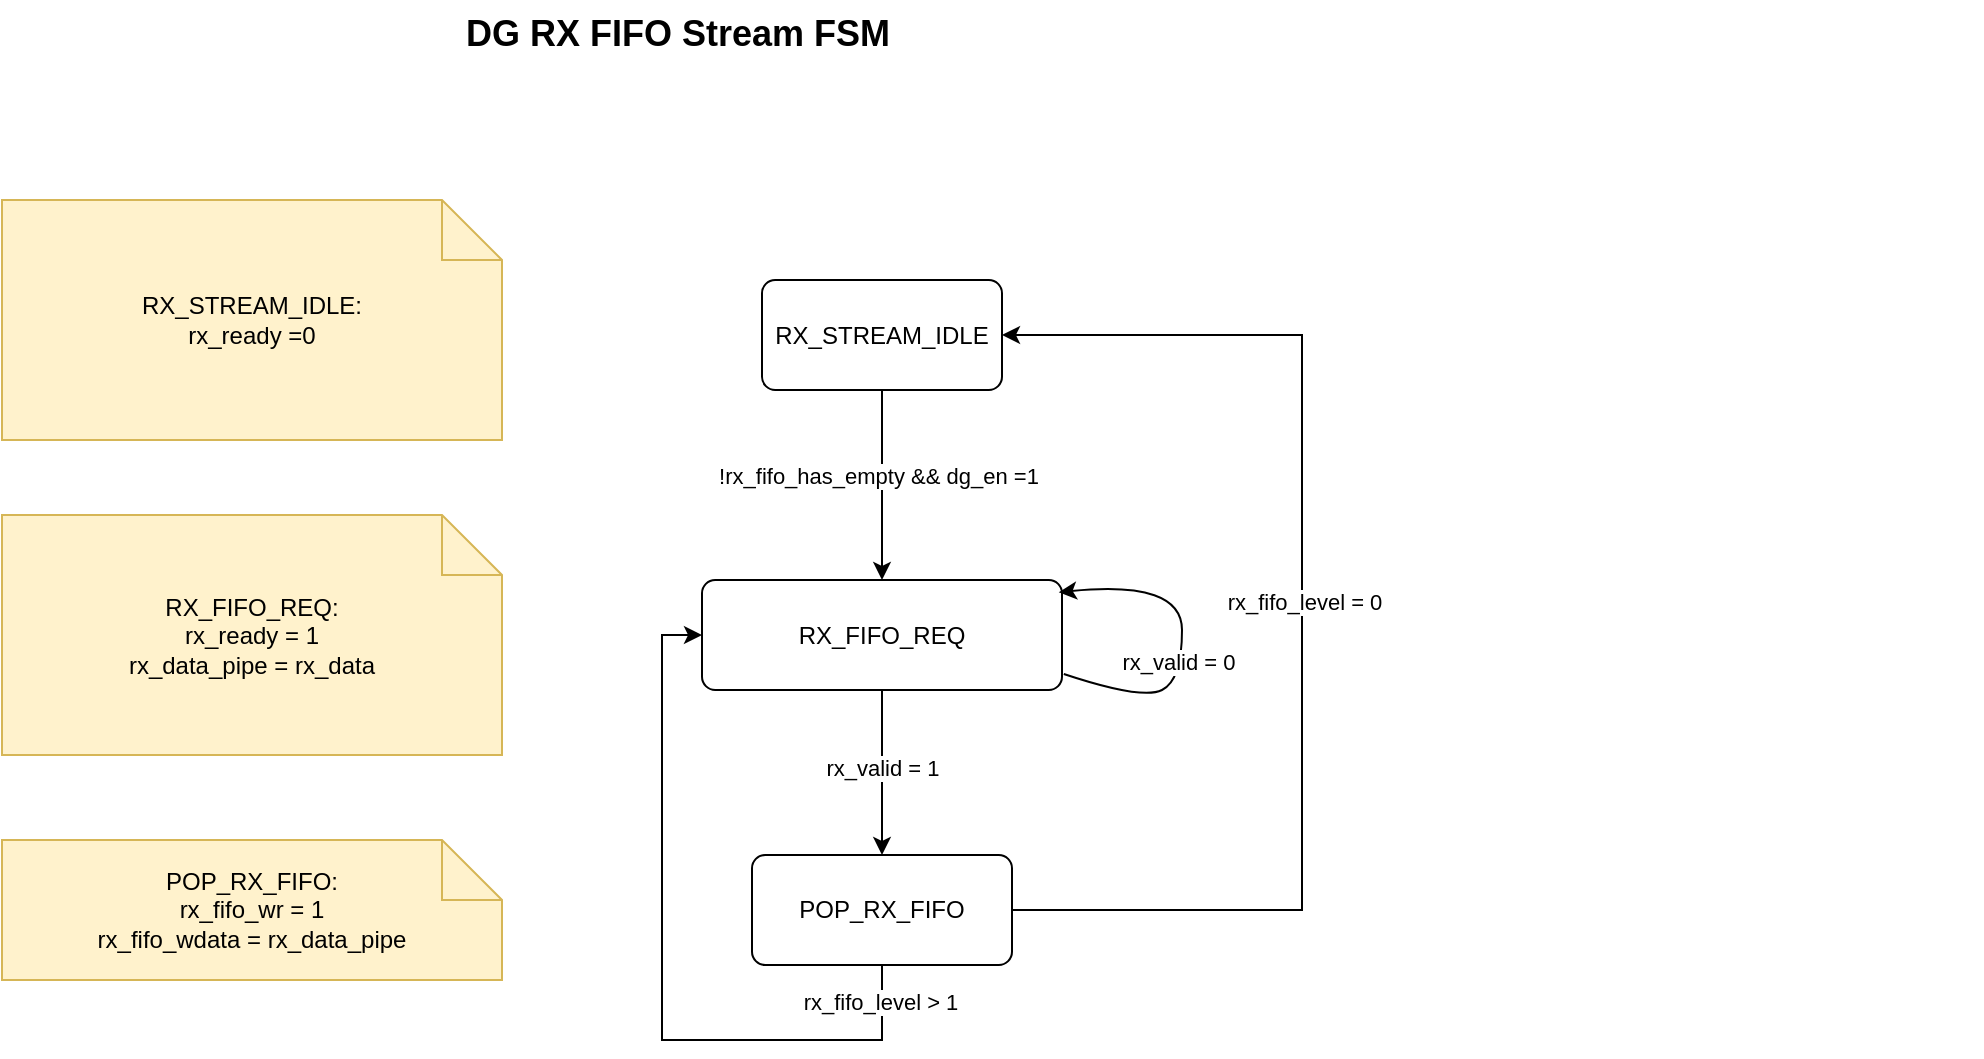
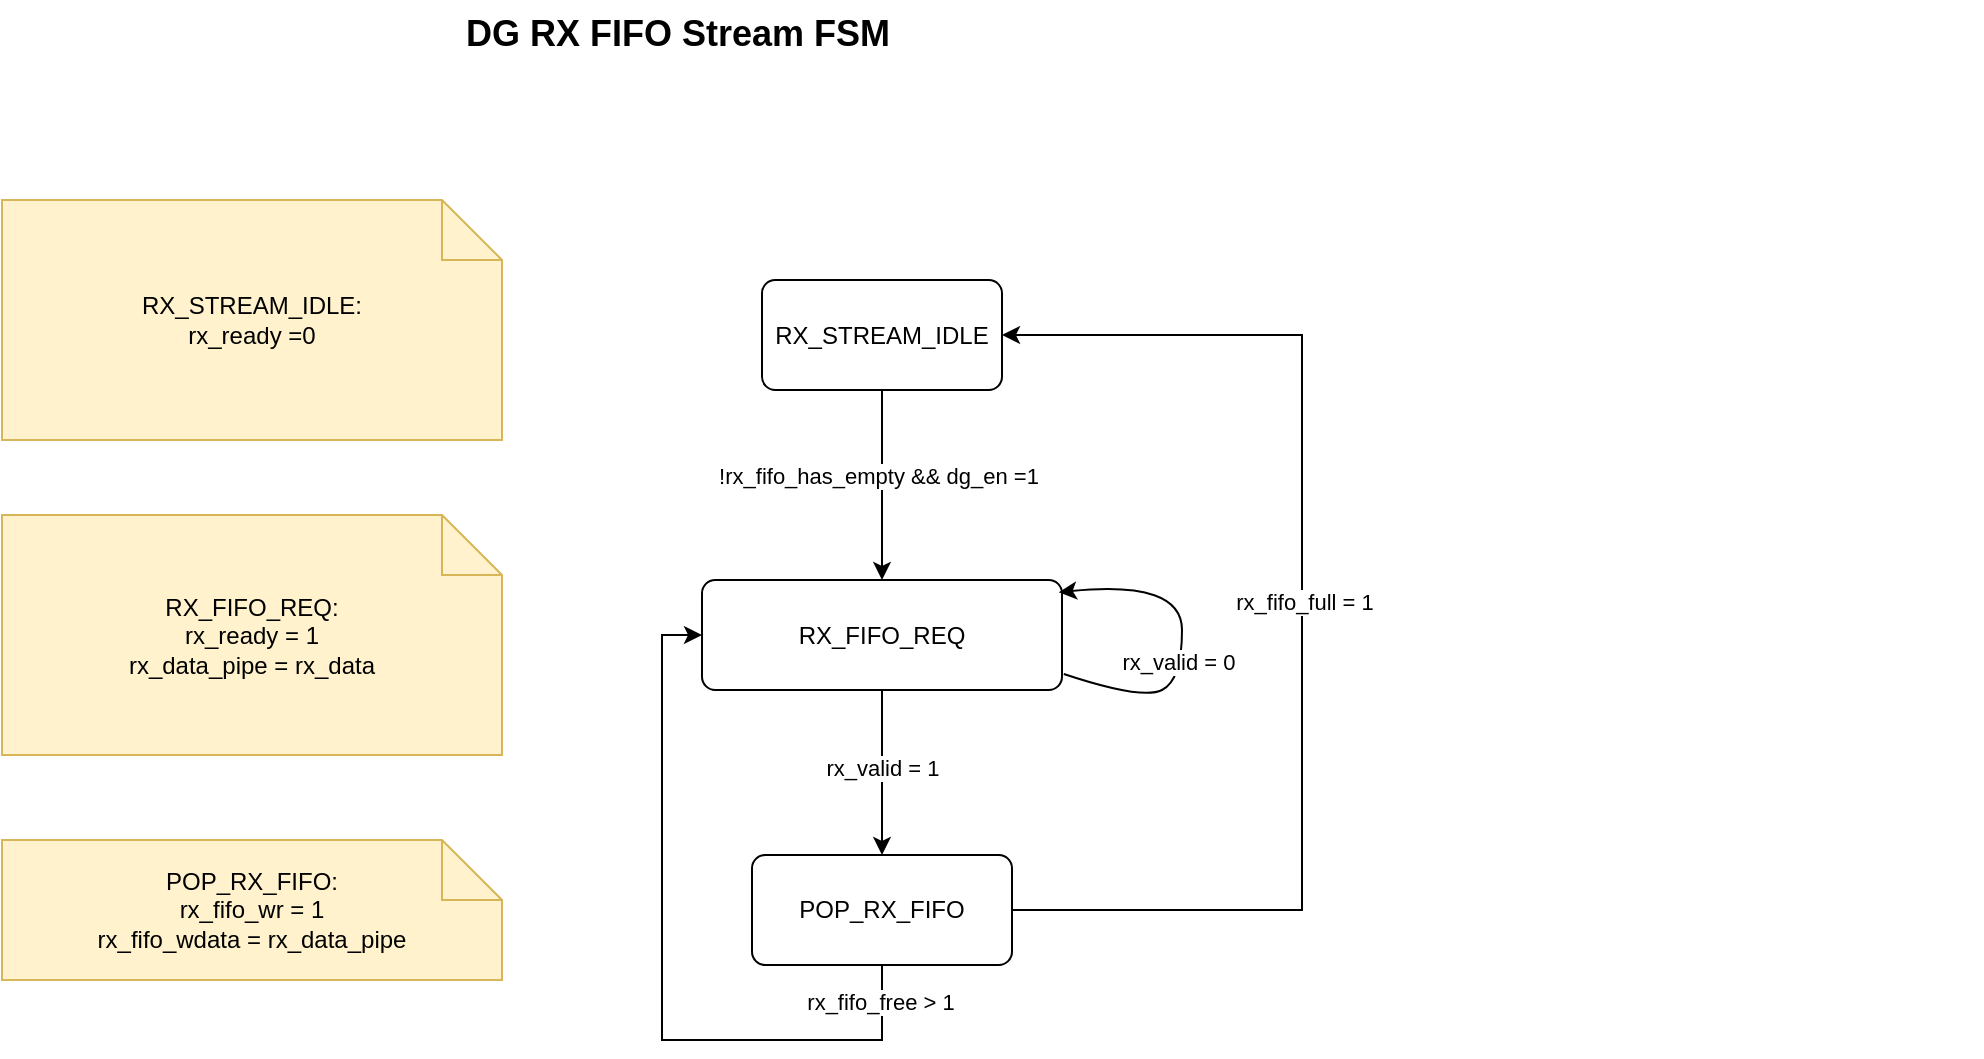
<mxfile host="app.diagrams.net">
  <diagram name="第 1 页" id="1fRNLwPgRf_CtldP1hrz">
    <mxGraphModel dx="-981" dy="380" grid="1" gridSize="10" guides="1" tooltips="1" connect="1" arrows="1" fold="1" page="1" pageScale="1" pageWidth="827" pageHeight="1169" math="0" shadow="0">
      <root>
        <mxCell id="0" />
        <mxCell id="1" parent="0" />
        <mxCell id="M1j7goV4bkzS5Lg1R7Bt-28" parent="1" style="text;html=1;strokeColor=none;fillColor=none;fontSize=18;fontStyle=1;" value="DG RX FIFO Stream FSM&amp;nbsp;&amp;nbsp;" vertex="1">
          <mxGeometry height="40" width="760" x="2040" y="130" as="geometry" />
        </mxCell>
        <mxCell id="M1j7goV4bkzS5Lg1R7Bt-29" parent="1" style="rounded=1;whiteSpace=wrap;html=1;arcSize=12;fillColor=#ffffff;strokeColor=#000000;" value="RX_STREAM_IDLE" vertex="1">
          <mxGeometry height="55" width="120" x="2190" y="270" as="geometry" />
        </mxCell>
        <mxCell id="M1j7goV4bkzS5Lg1R7Bt-30" parent="1" style="rounded=1;whiteSpace=wrap;html=1;arcSize=12;fillColor=#ffffff;strokeColor=#000000;" value="RX_FIFO_REQ" vertex="1">
          <mxGeometry height="55" width="180" x="2160" y="420" as="geometry" />
        </mxCell>
        <mxCell id="M1j7goV4bkzS5Lg1R7Bt-31" edge="1" parent="1" source="M1j7goV4bkzS5Lg1R7Bt-29" style="endArrow=classic;html=1;rounded=0;exitX=0.5;exitY=1;exitDx=0;exitDy=0;entryX=0.5;entryY=0;entryDx=0;entryDy=0;" target="M1j7goV4bkzS5Lg1R7Bt-30" value="">
          <mxGeometry height="50" relative="1" width="50" as="geometry">
            <mxPoint x="2270" y="390" as="sourcePoint" />
            <mxPoint x="2320" y="340" as="targetPoint" />
          </mxGeometry>
        </mxCell>
        <mxCell id="M1j7goV4bkzS5Lg1R7Bt-32" connectable="0" parent="M1j7goV4bkzS5Lg1R7Bt-31" style="edgeLabel;html=1;align=center;verticalAlign=middle;resizable=0;points=[];" value="!rx_fifo_has_empty &amp;amp;&amp;amp; dg_en =1" vertex="1">
          <mxGeometry relative="1" x="-0.0927" y="-2" as="geometry">
            <mxPoint as="offset" />
          </mxGeometry>
        </mxCell>
        <mxCell id="M1j7goV4bkzS5Lg1R7Bt-33" parent="1" style="shape=note;whiteSpace=wrap;html=1;fillColor=#fff2cc;strokeColor=#d6b656;" value="RX_FIFO_REQ:&lt;div&gt;r&lt;span style=&quot;background-color: transparent;&quot;&gt;x_ready = 1&lt;/span&gt;&lt;/div&gt;&lt;div&gt;&lt;span style=&quot;background-color: transparent;&quot;&gt;rx_data_pipe = rx_data&lt;/span&gt;&lt;/div&gt;" vertex="1">
          <mxGeometry height="120" width="250" x="1810" y="387.5" as="geometry" />
        </mxCell>
        <mxCell id="M1j7goV4bkzS5Lg1R7Bt-34" parent="1" style="rounded=1;whiteSpace=wrap;html=1;arcSize=12;fillColor=#ffffff;strokeColor=#000000;" value="POP_RX_FIFO" vertex="1">
          <mxGeometry height="55" width="130" x="2185" y="557.5" as="geometry" />
        </mxCell>
        <mxCell id="M1j7goV4bkzS5Lg1R7Bt-35" edge="1" parent="1" source="M1j7goV4bkzS5Lg1R7Bt-30" style="endArrow=classic;html=1;rounded=0;exitX=0.5;exitY=1;exitDx=0;exitDy=0;entryX=0.5;entryY=0;entryDx=0;entryDy=0;" target="M1j7goV4bkzS5Lg1R7Bt-34" value="">
          <mxGeometry height="50" relative="1" width="50" as="geometry">
            <mxPoint x="2260" y="540" as="sourcePoint" />
            <mxPoint x="2310" y="490" as="targetPoint" />
          </mxGeometry>
        </mxCell>
        <mxCell id="M1j7goV4bkzS5Lg1R7Bt-36" connectable="0" parent="M1j7goV4bkzS5Lg1R7Bt-35" style="edgeLabel;html=1;align=center;verticalAlign=middle;resizable=0;points=[];" value="rx_valid = 1" vertex="1">
          <mxGeometry relative="1" x="-0.0537" as="geometry">
            <mxPoint as="offset" />
          </mxGeometry>
        </mxCell>
        <mxCell id="M1j7goV4bkzS5Lg1R7Bt-37" parent="1" style="shape=note;whiteSpace=wrap;html=1;fillColor=#fff2cc;strokeColor=#d6b656;" value="POP_RX_FIFO:&lt;div&gt;rx_fifo_wr = 1&lt;/div&gt;&lt;div&gt;rx_fifo_wdata = rx_data_pipe&lt;/div&gt;" vertex="1">
          <mxGeometry height="70" width="250" x="1810" y="550" as="geometry" />
        </mxCell>
        <mxCell id="M1j7goV4bkzS5Lg1R7Bt-38" parent="1" style="shape=note;whiteSpace=wrap;html=1;fillColor=#fff2cc;strokeColor=#d6b656;" value="RX_STREAM_IDLE:&lt;div&gt;rx_ready =0&lt;/div&gt;" vertex="1">
          <mxGeometry height="120" width="250" x="1810" y="230" as="geometry" />
        </mxCell>
        <mxCell id="M1j7goV4bkzS5Lg1R7Bt-39" edge="1" parent="1" source="M1j7goV4bkzS5Lg1R7Bt-34" style="endArrow=classic;html=1;rounded=0;exitX=0.5;exitY=1;exitDx=0;exitDy=0;entryX=0;entryY=0.5;entryDx=0;entryDy=0;edgeStyle=orthogonalEdgeStyle;" target="M1j7goV4bkzS5Lg1R7Bt-30" value="">
          <mxGeometry height="50" relative="1" width="50" as="geometry">
            <Array as="points">
              <mxPoint x="2250" y="650" />
              <mxPoint x="2140" y="650" />
              <mxPoint x="2140" y="448" />
            </Array>
            <mxPoint x="2440" y="550" as="sourcePoint" />
            <mxPoint x="2490" y="500" as="targetPoint" />
          </mxGeometry>
        </mxCell>
-         <mxCell id="M1j7goV4bkzS5Lg1R7Bt-40" connectable="0" parent="M1j7goV4bkzS5Lg1R7Bt-39" style="edgeLabel;html=1;align=center;verticalAlign=middle;resizable=0;points=[];" value="rx_fifo_level &amp;gt; 1" vertex="1">
+         <mxCell id="M1j7goV4bkzS5Lg1R7Bt-40" connectable="0" parent="M1j7goV4bkzS5Lg1R7Bt-39" style="edgeLabel;html=1;align=center;verticalAlign=middle;resizable=0;points=[];" value="rx_fifo_free &amp;gt; 1" vertex="1">
          <mxGeometry relative="1" x="-0.9016" y="-1" as="geometry">
            <mxPoint as="offset" />
          </mxGeometry>
        </mxCell>
        <mxCell id="M1j7goV4bkzS5Lg1R7Bt-41" edge="1" parent="1" source="M1j7goV4bkzS5Lg1R7Bt-34" style="endArrow=classic;html=1;rounded=0;exitX=1;exitY=0.5;exitDx=0;exitDy=0;entryX=1;entryY=0.5;entryDx=0;entryDy=0;edgeStyle=orthogonalEdgeStyle;" target="M1j7goV4bkzS5Lg1R7Bt-29" value="">
          <mxGeometry height="50" relative="1" width="50" as="geometry">
            <Array as="points">
              <mxPoint x="2460" y="585" />
              <mxPoint x="2460" y="298" />
            </Array>
            <mxPoint x="2400" y="580" as="sourcePoint" />
            <mxPoint x="2450" y="530" as="targetPoint" />
          </mxGeometry>
        </mxCell>
-         <mxCell id="M1j7goV4bkzS5Lg1R7Bt-42" connectable="0" parent="M1j7goV4bkzS5Lg1R7Bt-41" style="edgeLabel;html=1;align=center;verticalAlign=middle;resizable=0;points=[];" value="rx_fifo_level = 0" vertex="1">
+         <mxCell id="M1j7goV4bkzS5Lg1R7Bt-42" connectable="0" parent="M1j7goV4bkzS5Lg1R7Bt-41" style="edgeLabel;html=1;align=center;verticalAlign=middle;resizable=0;points=[];" value="rx_fifo_full = 1" vertex="1">
          <mxGeometry relative="1" x="0.0267" y="-1" as="geometry">
            <mxPoint as="offset" />
          </mxGeometry>
        </mxCell>
        <mxCell id="M1j7goV4bkzS5Lg1R7Bt-55" edge="1" parent="1" source="M1j7goV4bkzS5Lg1R7Bt-30" style="curved=1;endArrow=classic;html=1;rounded=0;entryX=0.991;entryY=0.112;entryDx=0;entryDy=0;exitX=1.005;exitY=0.854;exitDx=0;exitDy=0;exitPerimeter=0;entryPerimeter=0;" target="M1j7goV4bkzS5Lg1R7Bt-30" value="">
          <mxGeometry height="50" relative="1" width="50" as="geometry">
            <Array as="points">
              <mxPoint x="2380" y="480" />
              <mxPoint x="2400" y="470" />
              <mxPoint x="2400" y="420" />
            </Array>
            <mxPoint x="2350" y="540" as="sourcePoint" />
            <mxPoint x="2400" y="490" as="targetPoint" />
          </mxGeometry>
        </mxCell>
        <mxCell id="M1j7goV4bkzS5Lg1R7Bt-56" connectable="0" parent="M1j7goV4bkzS5Lg1R7Bt-55" style="edgeLabel;html=1;align=center;verticalAlign=middle;resizable=0;points=[];" value="rx_valid = 0" vertex="1">
          <mxGeometry relative="1" x="-0.1698" y="2" as="geometry">
            <mxPoint as="offset" />
          </mxGeometry>
        </mxCell>
      </root>
    </mxGraphModel>
  </diagram>
</mxfile>
